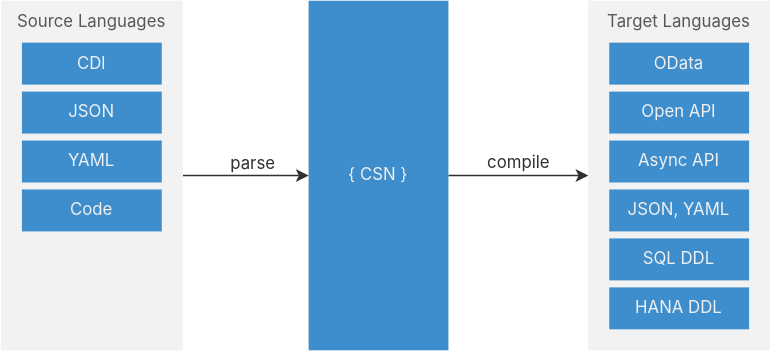
cap-js/docs keeps this draw.io diagram as cds/assets/csn.drawio.svg. Above is the earlier version. Source tidied: cells renumbered, new cells last; positions are measured from the earlier drawing's top-left corner, leaving out a move shared by most shapes.
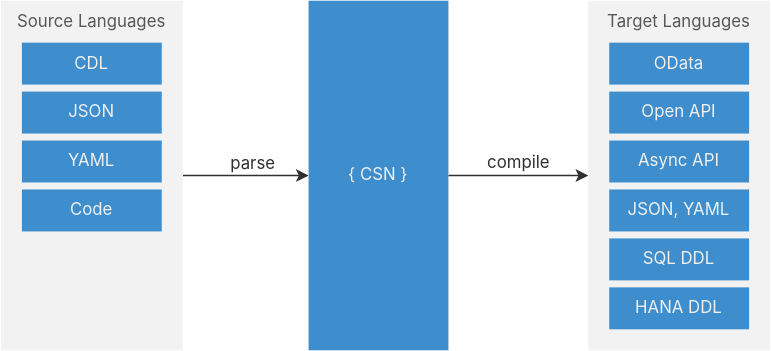
Above is the later version.

The edit, as a diff of the source:
```diff
@@ -11,7 +11,7 @@
     <mxCell id="4" style="rounded=0;whiteSpace=wrap;html=1;fillColor=#F2F2F2;strokeColor=none;fontFamily='Avenir Next', 'Inter var', 'Inter', Helvetica, Arial, sans-serif;spacingRight=0;spacingLeft=0;spacing=10;fontStyle=0;fontColor=#F0F0F0;" parent="1" vertex="1">
       <mxGeometry width="130" height="250" as="geometry" />
     </mxCell>
-    <mxCell id="5" value="CDl" style="rounded=0;whiteSpace=wrap;html=1;fillColor=#3E8ECD;strokeColor=none;fontFamily='Avenir Next', 'Inter var', 'Inter', Helvetica, Arial, sans-serif;spacingRight=0;spacingLeft=0;spacing=10;fontStyle=0;fontColor=#F0F0F0;fontSize=12;" parent="1" vertex="1">
+    <mxCell id="5" value="&lt;font style=&quot;font-size: 12px;&quot;&gt;CDL&lt;/font&gt;" style="rounded=0;whiteSpace=wrap;html=1;fillColor=#3E8ECD;strokeColor=none;fontFamily='Avenir Next', 'Inter var', 'Inter', Helvetica, Arial, sans-serif;spacingRight=0;spacingLeft=0;spacing=10;fontStyle=0;fontColor=#F0F0F0;fontSize=12;" parent="1" vertex="1">
       <mxGeometry x="15" y="30" width="100" height="30" as="geometry" />
     </mxCell>
     <mxCell id="6" value="YAML" style="rounded=0;whiteSpace=wrap;html=1;fillColor=#3E8ECD;strokeColor=none;fontFamily='Avenir Next', 'Inter var', 'Inter', Helvetica, Arial, sans-serif;spacingRight=0;spacingLeft=0;spacing=10;fontColor=#F0F0F0;fontSize=12;" parent="1" vertex="1">
```
